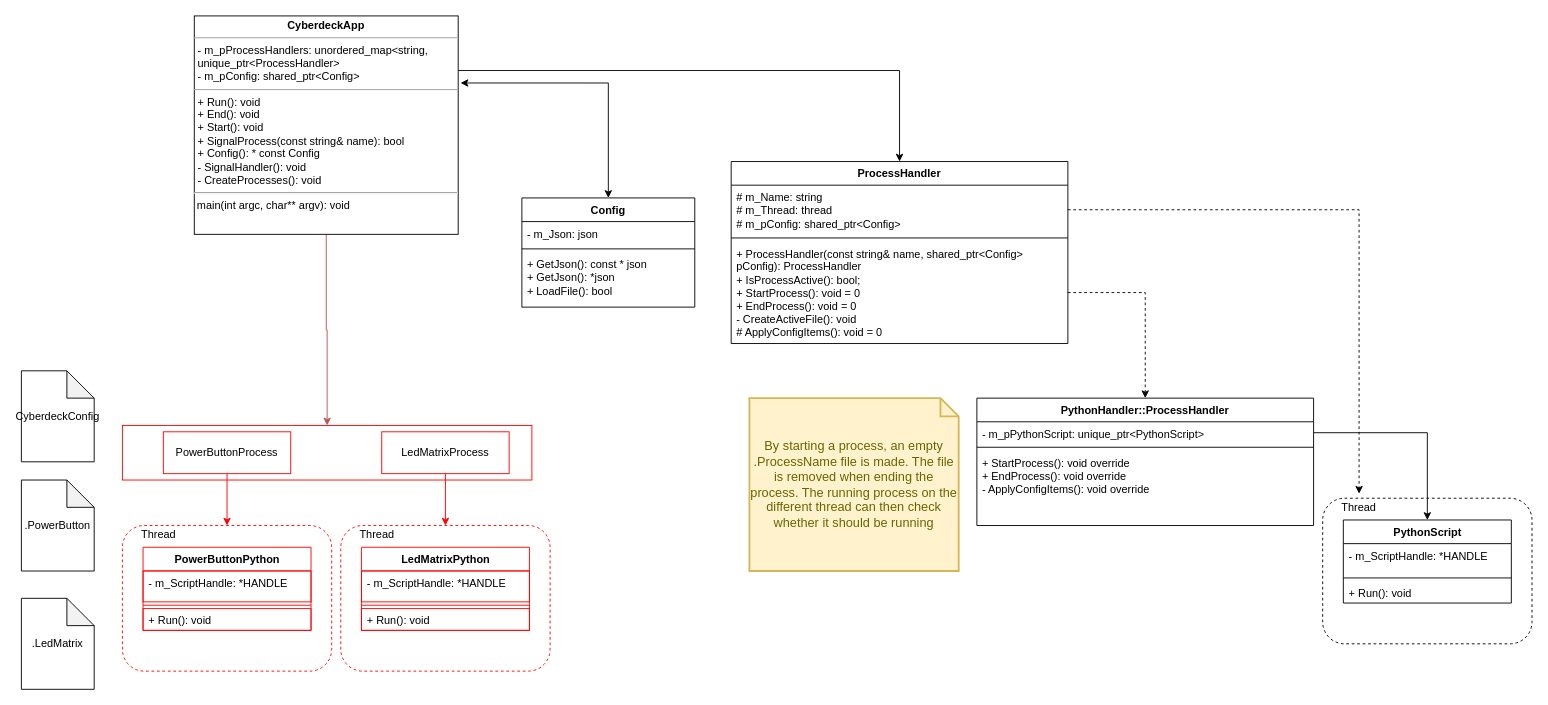
Before: page "UML_Draft_2" (3 of 3) of Cyberdeck.drawio in WouterServaes/CyberdeckProject, a draw.io diagram. Source tidied: cells renumbered, new cells numbered last; positions are measured from the earlier drawing's top-left corner, leaving out a move shared by most shapes. Both pictures are drawn from the tidied source at 91%, with x=0, y=0 at pixel (21, 15).
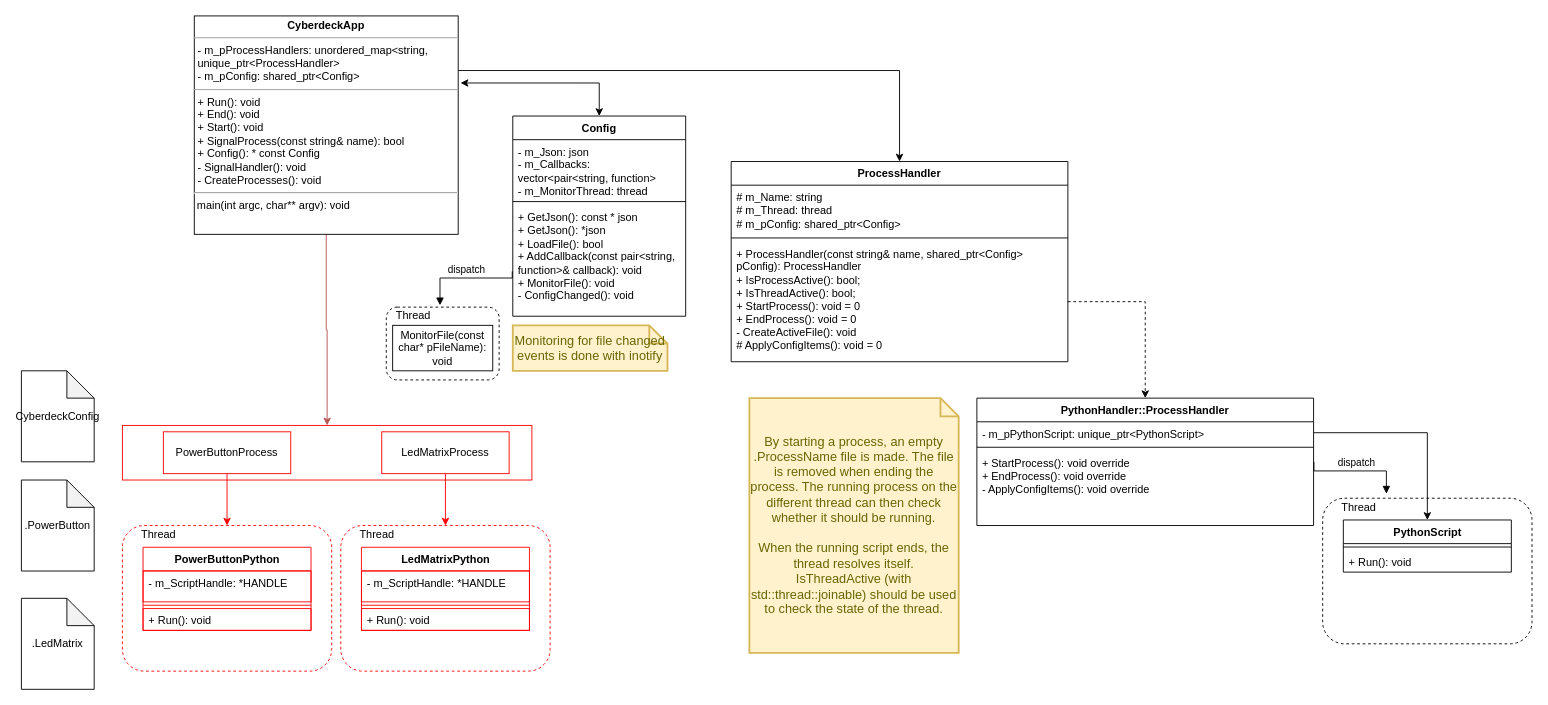
The same diagram, later.

The change refers to these unchanged cells:
```xml
<mxCell id="6" value="&lt;div&gt;# m_Name: string&lt;/div&gt;&lt;div&gt;# m_Thread: thread&lt;/div&gt;&lt;div&gt;# m_pConfig: shared_ptr&amp;lt;Config&amp;gt;&lt;/div&gt;" style="text;strokeColor=none;fillColor=none;align=left;verticalAlign=top;spacingLeft=4;spacingRight=4;overflow=hidden;points=[[0,0.5],[1,0.5]];portConstraint=eastwest;whiteSpace=wrap;html=1;" parent="5" vertex="1">
  <mxGeometry y="26" width="370" height="54" as="geometry" />
</mxCell>
<mxCell id="9" style="rounded=1;whiteSpace=wrap;html=1;fillColor=none;dashed=1;" parent="1" vertex="1">
  <mxGeometry x="1430" y="530" width="230" height="160" as="geometry" />
</mxCell>
<mxCell id="14" value="Thread" style="text;html=1;strokeColor=none;fillColor=none;align=center;verticalAlign=middle;whiteSpace=wrap;rounded=0;" parent="9" vertex="1">
  <mxGeometry x="10" y="-5" width="60" height="30" as="geometry" />
</mxCell>
<mxCell id="18" value="&lt;div&gt;+ StartProcess(): void override&lt;/div&gt;&lt;div&gt;+ EndProcess(): void override&lt;/div&gt;&lt;div&gt;- ApplyConfigItems(): void override&lt;br&gt;&lt;/div&gt;" style="text;strokeColor=none;fillColor=none;align=left;verticalAlign=top;spacingLeft=4;spacingRight=4;overflow=hidden;points=[[0,0.5],[1,0.5]];portConstraint=eastwest;whiteSpace=wrap;html=1;" parent="15" vertex="1">
  <mxGeometry y="58" width="370" height="82" as="geometry" />
</mxCell>
```

Change to the diagram source:
```diff
@@
     <mxCell id="5" value="ProcessHandler" style="swimlane;fontStyle=1;align=center;verticalAlign=top;horizontal=1;startSize=26;whiteSpace=wrap;html=1;" parent="1" vertex="1">
-      <mxGeometry x="780" y="160" width="370" height="200" as="geometry" />
+      <mxGeometry x="780" y="160" width="370" height="220" as="geometry" />
     </mxCell>
@@
-    <mxCell id="8" value="&lt;div&gt;+ ProcessHandler(const string&amp;amp; name, shared_ptr&amp;lt;Config&amp;gt; pConfig): ProcessHandler&lt;/div&gt;&lt;div&gt;+ IsProcessActive(): bool;&lt;br&gt;&lt;/div&gt;&lt;div&gt;+ StartProcess(): void = 0&lt;br&gt;&lt;/div&gt;&lt;div&gt;+ EndProcess(): void = 0&lt;/div&gt;&lt;div&gt;- CreateActiveFile(): void&lt;br&gt;&lt;/div&gt;&lt;div&gt;# ApplyConfigItems(): void = 0&lt;br&gt;&lt;/div&gt;&lt;div&gt;&lt;br&gt;&lt;/div&gt;" style="text;strokeColor=none;fillColor=none;align=left;verticalAlign=top;spacingLeft=4;spacingRight=4;overflow=hidden;points=[[0,0.5],[1,0.5]];portConstraint=eastwest;whiteSpace=wrap;html=1;" parent="5" vertex="1">
-      <mxGeometry y="88" width="370" height="112" as="geometry" />
+    <mxCell id="8" value="&lt;div&gt;+ ProcessHandler(const string&amp;amp; name, shared_ptr&amp;lt;Config&amp;gt; pConfig): ProcessHandler&lt;/div&gt;&lt;div&gt;+ IsProcessActive(): bool;&lt;/div&gt;&lt;div&gt;+ IsThreadActive(): bool;&lt;br&gt;&lt;/div&gt;&lt;div&gt;+ StartProcess(): void = 0&lt;br&gt;&lt;/div&gt;&lt;div&gt;+ EndProcess(): void = 0&lt;/div&gt;&lt;div&gt;- CreateActiveFile(): void&lt;br&gt;&lt;/div&gt;&lt;div&gt;# ApplyConfigItems(): void = 0&lt;br&gt;&lt;/div&gt;&lt;div&gt;&lt;br&gt;&lt;/div&gt;" style="text;strokeColor=none;fillColor=none;align=left;verticalAlign=top;spacingLeft=4;spacingRight=4;overflow=hidden;points=[[0,0.5],[1,0.5]];portConstraint=eastwest;whiteSpace=wrap;html=1;" parent="5" vertex="1">
+      <mxGeometry y="88" width="370" height="132" as="geometry" />
     </mxCell>
@@
     <mxCell id="10" value="PythonScript" style="swimlane;fontStyle=1;align=center;verticalAlign=top;horizontal=1;startSize=26;whiteSpace=wrap;html=1;" parent="9" vertex="1">
-      <mxGeometry x="22.7" y="23.9" width="184.6" height="91.3" as="geometry" />
+      <mxGeometry x="22.7" y="23.9" width="184.6" height="57.3" as="geometry" />
     </mxCell>
-    <mxCell id="11" value="- m_ScriptHandle: *HANDLE" style="text;strokeColor=none;fillColor=none;align=left;verticalAlign=top;spacingLeft=4;spacingRight=4;overflow=hidden;whiteSpace=wrap;html=1;" parent="10" vertex="1">
-      <mxGeometry y="26" width="184.6" height="34" as="geometry" />
-    </mxCell>
     <mxCell id="12" style="line;strokeWidth=1;fillColor=none;align=left;verticalAlign=middle;spacingTop=-1;spacingLeft=3;spacingRight=3;labelPosition=right;strokeColor=inherit;" parent="10" vertex="1">
-      <mxGeometry y="60" width="184.6" height="7.4" as="geometry" />
+      <mxGeometry y="26" width="184.6" height="7.4" as="geometry" />
     </mxCell>
     <mxCell id="13" value="+ Run(): void" style="text;strokeColor=none;fillColor=none;align=left;verticalAlign=top;spacingLeft=4;spacingRight=4;overflow=hidden;whiteSpace=wrap;html=1;" parent="10" vertex="1">
-      <mxGeometry y="67.4" width="184.6" height="23.9" as="geometry" />
+      <mxGeometry y="33.4" width="184.6" height="23.9" as="geometry" />
     </mxCell>
@@
     <mxCell id="20" value="Config" style="swimlane;fontStyle=1;align=center;verticalAlign=top;horizontal=1;startSize=26;whiteSpace=wrap;html=1;" parent="1" vertex="1">
-      <mxGeometry x="550" y="200" width="190" height="120" as="geometry" />
+      <mxGeometry x="540" y="110" width="190" height="220" as="geometry" />
     </mxCell>
-    <mxCell id="21" value="- m_Json: json" style="text;strokeColor=none;fillColor=none;align=left;verticalAlign=top;spacingLeft=4;spacingRight=4;overflow=hidden;whiteSpace=wrap;html=1;" parent="20" vertex="1">
-      <mxGeometry y="26" width="190" height="26" as="geometry" />
+    <mxCell id="21" value="&lt;div&gt;- m_Json: json&lt;/div&gt;&lt;div&gt;- m_Callbacks: vector&amp;lt;pair&amp;lt;string, function&amp;gt;&lt;/div&gt;&lt;div&gt;- m_MonitorThread: thread&lt;br&gt;&lt;/div&gt;" style="text;strokeColor=none;fillColor=none;align=left;verticalAlign=top;spacingLeft=4;spacingRight=4;overflow=hidden;whiteSpace=wrap;html=1;" parent="20" vertex="1">
+      <mxGeometry y="26" width="190" height="64" as="geometry" />
     </mxCell>
     <mxCell id="22" style="line;strokeWidth=1;fillColor=none;align=left;verticalAlign=middle;spacingTop=-1;spacingLeft=3;spacingRight=3;labelPosition=right;strokeColor=inherit;" parent="20" vertex="1">
-      <mxGeometry y="52" width="190" height="8" as="geometry" />
+      <mxGeometry y="90" width="190" height="8" as="geometry" />
     </mxCell>
-    <mxCell id="23" value="&lt;div&gt;+ GetJson(): const * json&lt;/div&gt;&lt;div&gt;+ GetJson(): *json&lt;/div&gt;&lt;div&gt;+ LoadFile(): bool&lt;/div&gt;&lt;div&gt;&lt;br&gt;&lt;/div&gt;&lt;div&gt;&lt;br&gt;&lt;/div&gt;" style="text;strokeColor=none;fillColor=none;align=left;verticalAlign=top;spacingLeft=4;spacingRight=4;overflow=hidden;whiteSpace=wrap;html=1;" parent="20" vertex="1">
-      <mxGeometry y="60" width="190" height="60" as="geometry" />
+    <mxCell id="23" value="&lt;div&gt;+ GetJson(): const * json&lt;/div&gt;&lt;div&gt;+ GetJson(): *json&lt;/div&gt;&lt;div&gt;+ LoadFile(): bool&lt;/div&gt;&lt;div&gt;+ AddCallback(const pair&amp;lt;string, function&amp;gt;&amp;amp; callback): void&lt;/div&gt;&lt;div&gt;+ MonitorFile(): void&lt;br&gt;&lt;/div&gt;&lt;div&gt;- ConfigChanged(): void&lt;br&gt;&lt;/div&gt;&lt;div&gt;&lt;br&gt;&lt;/div&gt;&lt;div&gt;&lt;br&gt;&lt;/div&gt;" style="text;strokeColor=none;fillColor=none;align=left;verticalAlign=top;spacingLeft=4;spacingRight=4;overflow=hidden;whiteSpace=wrap;html=1;" parent="20" vertex="1">
+      <mxGeometry y="98" width="190" height="122" as="geometry" />
     </mxCell>
@@
-    <mxCell id="25" style="edgeStyle=orthogonalEdgeStyle;rounded=0;jettySize=auto;html=1;exitX=1;exitY=0.5;exitDx=0;exitDy=0;dashed=1;" parent="1" edge="1" source="6" target="14">
-      <mxGeometry relative="1" as="geometry" />
-    </mxCell>
@@
-    <mxCell id="30" value="&lt;div&gt;By starting a process, an empty .ProcessName file is made. The file is removed when ending the process. The running process on the different thread can then check whether it should be running&lt;br&gt;&lt;/div&gt;" style="shape=note;strokeWidth=2;fontSize=14;size=20;whiteSpace=wrap;html=1;fillColor=#fff2cc;strokeColor=#d6b656;fontColor=#666600;" parent="1" vertex="1">
-      <mxGeometry x="800" y="420" width="230" height="190" as="geometry" />
+    <mxCell id="30" value="&lt;div&gt;By starting a process, an empty .ProcessName file is made. The file is removed when ending the process. The running process on the different thread can then check whether it should be running.&lt;/div&gt;&lt;div&gt;&lt;br&gt;&lt;/div&gt;&lt;div&gt;When the running script ends, the thread resolves itself. IsThreadActive (with std::thread::joinable) should be used &lt;br&gt;&lt;/div&gt;to check the state of the thread." style="shape=note;strokeWidth=2;fontSize=14;size=20;whiteSpace=wrap;html=1;fillColor=#fff2cc;strokeColor=#d6b656;fontColor=#666600;" parent="1" vertex="1">
+      <mxGeometry x="800" y="420" width="230" height="280" as="geometry" />
     </mxCell>
@@
+    <mxCell id="48" value="dispatch" style="html=1;verticalAlign=bottom;endArrow=block;edgeStyle=elbowEdgeStyle;elbow=vertical;curved=0;rounded=0;exitX=-0.003;exitY=0.612;exitDx=0;exitDy=0;exitPerimeter=0;" parent="1" edge="1">
+      <mxGeometry relative="1" as="geometry">
+        <mxPoint x="539.4" y="280.7" as="sourcePoint" />
+        <mxPoint x="460" y="318" as="targetPoint" />
+        <Array as="points">
+          <mxPoint x="500" y="288" />
+        </Array>
+      </mxGeometry>
+    </mxCell>
+    <mxCell id="49" style="rounded=1;whiteSpace=wrap;html=1;fillColor=none;dashed=1;" parent="1" vertex="1">
+      <mxGeometry x="401" y="320" width="124" height="80" as="geometry" />
+    </mxCell>
+    <mxCell id="50" value="MonitorFile(const char* pFileName): void" style="rounded=0;whiteSpace=wrap;html=1;fillColor=none;" parent="49" vertex="1">
+      <mxGeometry x="7" y="20" width="110" height="50" as="geometry" />
+    </mxCell>
+    <mxCell id="51" value="Thread" style="text;html=1;strokeColor=none;fillColor=none;align=center;verticalAlign=middle;whiteSpace=wrap;rounded=0;" parent="49" vertex="1">
+      <mxGeometry width="60" height="20" as="geometry" />
+    </mxCell>
+    <mxCell id="52" value="dispatch" style="html=1;verticalAlign=bottom;endArrow=block;edgeStyle=elbowEdgeStyle;elbow=vertical;curved=0;rounded=0;exitX=1.001;exitY=0.146;exitDx=0;exitDy=0;exitPerimeter=0;entryX=1;entryY=0;entryDx=0;entryDy=0;" parent="1" edge="1" source="18" target="14">
+      <mxGeometry relative="1" as="geometry">
+        <Array as="points">
+          <mxPoint x="1470" y="500" />
+        </Array>
+      </mxGeometry>
+    </mxCell>
+    <mxCell id="53" value="Monitoring for file changed events is done with inotify" style="shape=note;strokeWidth=2;fontSize=14;size=20;whiteSpace=wrap;html=1;fillColor=#fff2cc;strokeColor=#d6b656;fontColor=#666600;" parent="1" vertex="1">
+      <mxGeometry x="540" y="340" width="170" height="50" as="geometry" />
+    </mxCell>
```
